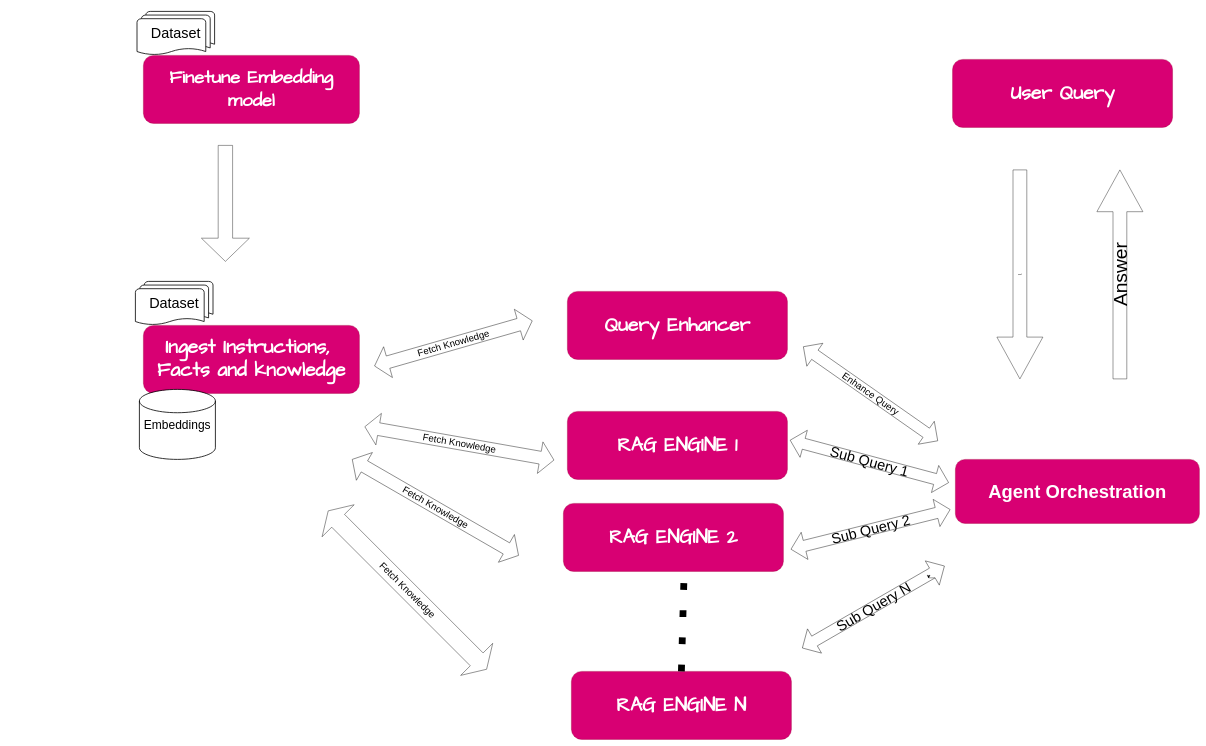
The draw.io diagram High level overview.drawio in Gajanana/New, before the edit. Source tidied: cells renumbered, new cells numbered last; positions are measured from the earlier drawing's top-left corner, leaving out a move shared by most shapes. Both pictures are drawn from the tidied source at 40%, with x=0, y=0 at pixel (135, 11).
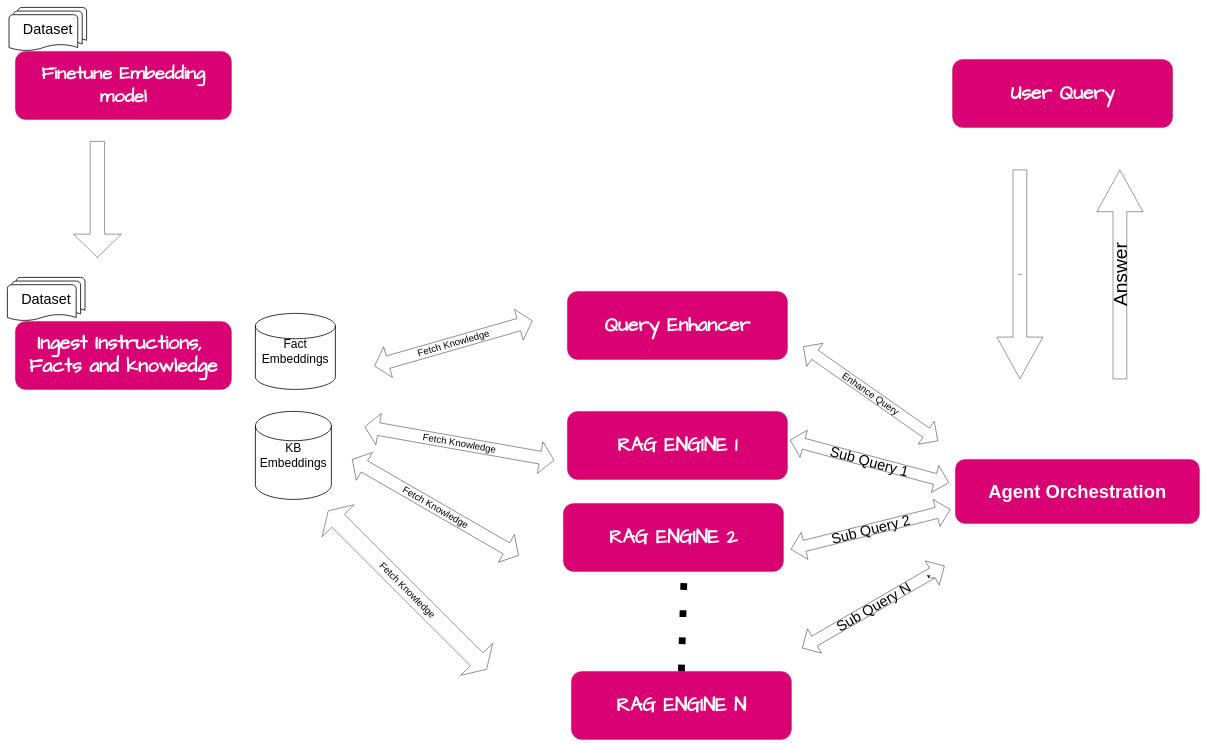
The same diagram, later.

The edit, as a diff of the source:
```diff
@@
     <mxCell id="2" value="&lt;font face=&quot;Comic Sans MS&quot; style=&quot;font-size: 46px;&quot;&gt;&lt;b&gt;Finetune Embedding model&lt;/b&gt;&lt;/font&gt;" style="rounded=1;whiteSpace=wrap;html=1;fillColor=#d80073;fontColor=#ffffff;strokeColor=#A50040;" parent="1" vertex="1">
-      <mxGeometry x="20" y="110" width="540" height="170" as="geometry" />
+      <mxGeometry x="-300" y="100" width="540" height="170" as="geometry" />
     </mxCell>
     <mxCell id="3" value="&lt;h2&gt;&lt;font face=&quot;Comic Sans MS&quot; style=&quot;font-size: 48px;&quot;&gt;Ingest Instructions,&amp;nbsp; Facts and knowledge&lt;/font&gt;&lt;/h2&gt;" style="rounded=1;whiteSpace=wrap;html=1;fillColor=#d80073;fontColor=#ffffff;strokeColor=#A50040;" parent="1" vertex="1">
-      <mxGeometry x="20" y="785" width="540" height="170" as="geometry" />
+      <mxGeometry x="-300" y="775" width="540" height="170" as="geometry" />
     </mxCell>
@@
     <mxCell id="6" style="shape=singleArrow;whiteSpace=wrap;html=1;rotation=90;" parent="1" vertex="1">
-      <mxGeometry x="80" y="420" width="290" height="120" as="geometry" />
+      <mxGeometry x="-240" y="410" width="290" height="120" as="geometry" />
     </mxCell>
@@
     <mxCell id="9" value="&lt;font style=&quot;font-size: 36px;&quot;&gt;Dataset&lt;/font&gt;" style="strokeWidth=2;html=1;shape=mxgraph.flowchart.multi-document;whiteSpace=wrap;" parent="1" vertex="1">
-      <mxGeometry x="4" width="194" height="110" as="geometry" />
+      <mxGeometry x="-316" y="-10" width="194" height="110" as="geometry" />
     </mxCell>
     <mxCell id="10" value="&lt;font style=&quot;font-size: 36px;&quot;&gt;Dataset&lt;/font&gt;" style="strokeWidth=2;html=1;shape=mxgraph.flowchart.multi-document;whiteSpace=wrap;" parent="1" vertex="1">
-      <mxGeometry y="675" width="194" height="110" as="geometry" />
+      <mxGeometry x="-320" y="665" width="194" height="110" as="geometry" />
     </mxCell>
@@
-    <mxCell id="12" value="&lt;font style=&quot;font-size: 30px;&quot;&gt;Embeddings&lt;/font&gt;" style="strokeWidth=2;html=1;shape=mxgraph.flowchart.database;whiteSpace=wrap;" parent="1" vertex="1">
-      <mxGeometry x="10" y="945" width="190" height="175" as="geometry" />
+    <mxCell id="12" value="&lt;font style=&quot;font-size: 30px;&quot;&gt;Fact Embeddings&lt;/font&gt;" style="strokeWidth=2;html=1;shape=mxgraph.flowchart.database;whiteSpace=wrap;" parent="1" vertex="1">
+      <mxGeometry x="300" y="755" width="200" height="190" as="geometry" />
     </mxCell>
@@
+    <mxCell id="26" value="&lt;font style=&quot;font-size: 30px;&quot;&gt;KB Embeddings&lt;/font&gt;" style="strokeWidth=2;html=1;shape=mxgraph.flowchart.database;whiteSpace=wrap;" parent="1" vertex="1">
+      <mxGeometry x="300" y="1000" width="190" height="220" as="geometry" />
+    </mxCell>
```
